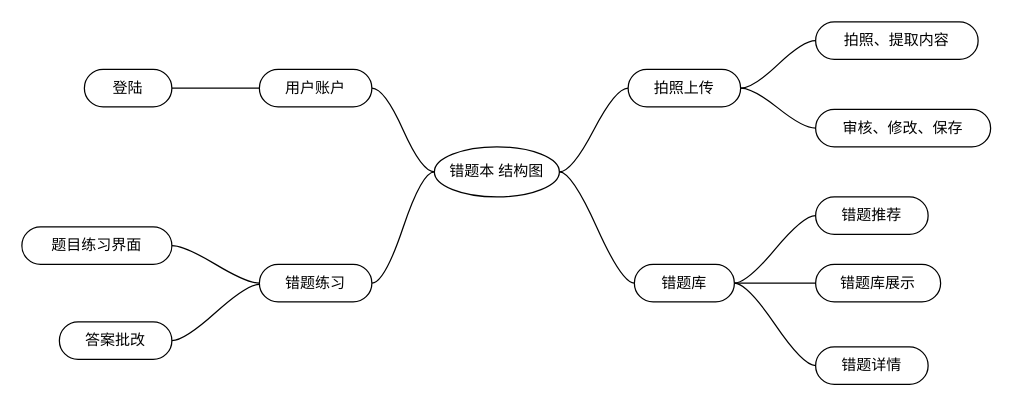
RickYangzz/AI_Education keeps this draw.io diagram as Diagram/ Error Book Diagram.drawio. Above is the earlier version. Source tidied: cells renumbered, new cells numbered last; positions are measured from the earlier drawing's top-left corner, leaving out a move shared by most shapes. Both pictures are drawn from the tidied source at 125%, with x=0, y=0 at pixel (21, 21).
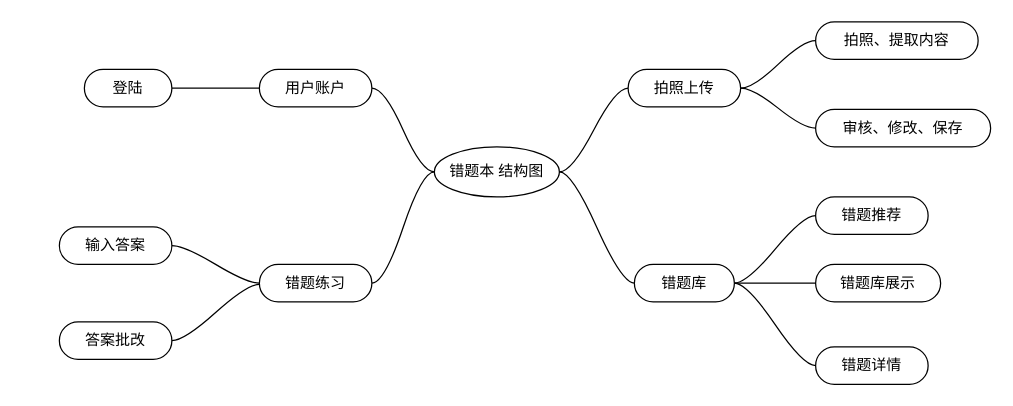
After the change.

Commit message:
Update: Function Structure

What changed in the source:
```diff
@@
-    <mxCell id="26" value="题目练习界面" style="whiteSpace=wrap;html=1;rounded=1;arcSize=50;align=center;verticalAlign=middle;strokeWidth=1;spacing=4;newEdgeStyle={&quot;edgeStyle&quot;:&quot;entityRelationEdgeStyle&quot;,&quot;startArrow&quot;:&quot;none&quot;,&quot;endArrow&quot;:&quot;none&quot;,&quot;segment&quot;:10,&quot;curved&quot;:1,&quot;sourcePerimeterSpacing&quot;:0,&quot;targetPerimeterSpacing&quot;:0};" parent="1" vertex="1">
-      <mxGeometry y="164" width="120" height="30" as="geometry" />
+    <mxCell id="26" value="输入答案" style="whiteSpace=wrap;html=1;rounded=1;arcSize=50;align=center;verticalAlign=middle;strokeWidth=1;spacing=4;newEdgeStyle={&quot;edgeStyle&quot;:&quot;entityRelationEdgeStyle&quot;,&quot;startArrow&quot;:&quot;none&quot;,&quot;endArrow&quot;:&quot;none&quot;,&quot;segment&quot;:10,&quot;curved&quot;:1,&quot;sourcePerimeterSpacing&quot;:0,&quot;targetPerimeterSpacing&quot;:0};" parent="1" vertex="1">
+      <mxGeometry x="30" y="164" width="90" height="30" as="geometry" />
     </mxCell>
```
